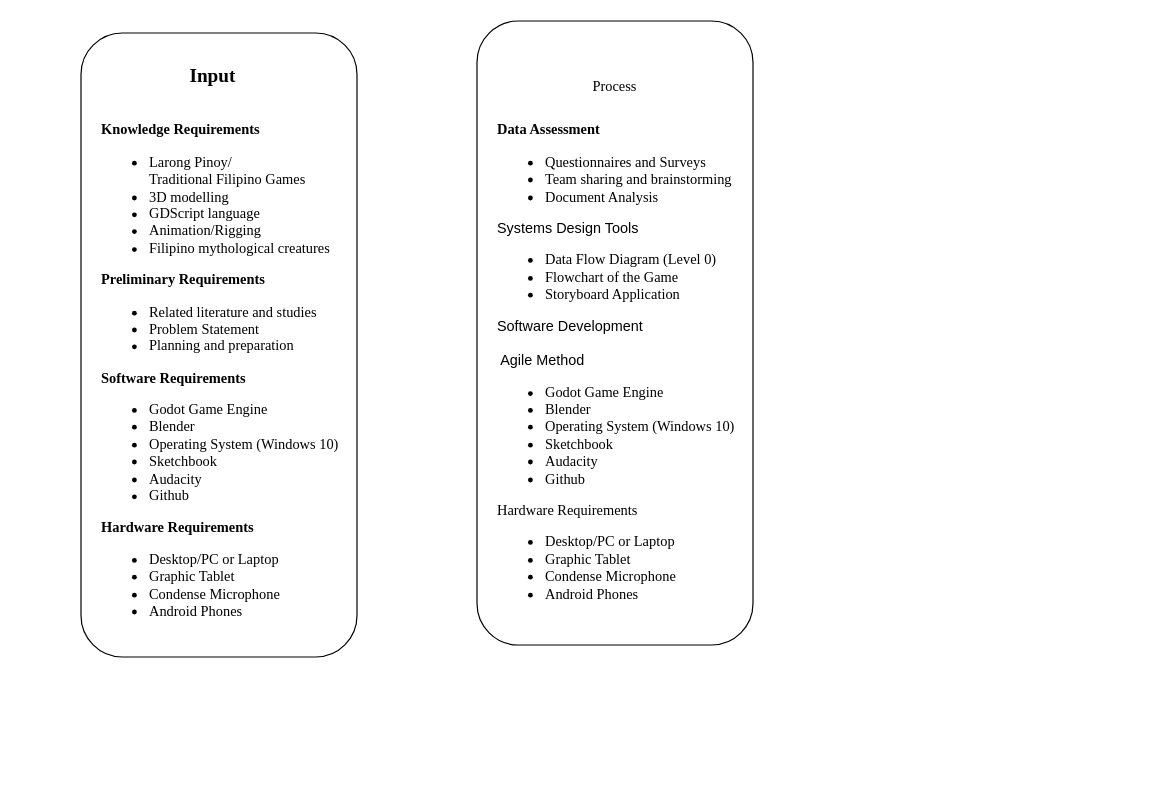
The draw.io diagram Untitled Diagram.drawio in malvedalim/JAVa, before the edit. Source tidied: cells renumbered, new cells numbered last; positions are measured from the earlier drawing's top-left corner, leaving out a move shared by most shapes. Both pictures are drawn from the tidied source at 120%, with x=0, y=0 at pixel (20, 20).
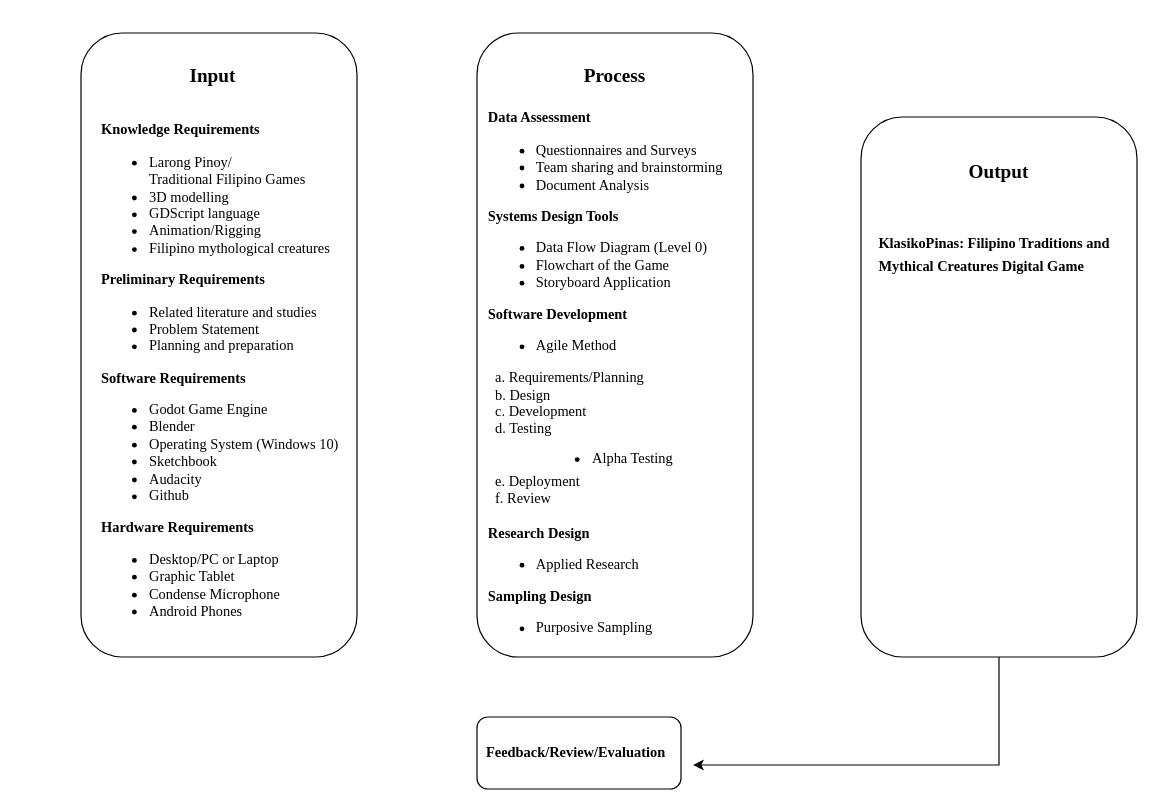
Above is the later version.

The edit, as a diff of the source:
```diff
@@
 <mxGraphModel>
   <root>
     <mxCell id="0" />
     <mxCell id="1" parent="0" />
     <mxCell id="2" style="rounded=1;whiteSpace=wrap;html=1;align=center;" parent="1" vertex="1">
       <mxGeometry x="50" y="10" width="230" height="520" as="geometry" />
     </mxCell>
     <mxCell id="3" value="&lt;div align=&quot;justify&quot;&gt;&lt;font face=&quot;Times New Roman&quot;&gt;&lt;br&gt;&lt;/font&gt;&lt;/div&gt;&lt;div align=&quot;justify&quot;&gt;&lt;div&gt;&lt;b&gt;&lt;font style=&quot;font-size: 12px&quot; face=&quot;Times New Roman&quot;&gt;Knowledge Requirements&lt;/font&gt;&lt;/b&gt;&lt;/div&gt;&lt;div&gt;&lt;ul&gt;&lt;li&gt;&lt;div&gt;&lt;font face=&quot;Times New Roman&quot;&gt;&lt;span&gt;Larong Pinoy/&lt;br&gt;&lt;/span&gt;&lt;/font&gt;&lt;/div&gt;&lt;font face=&quot;Times New Roman&quot;&gt;Traditional Filipino Games&lt;/font&gt;&lt;/li&gt;&lt;li&gt;&lt;font face=&quot;Times New Roman&quot;&gt;3D modelling&lt;/font&gt;&lt;/li&gt;&lt;li&gt;&lt;font face=&quot;Times New Roman&quot;&gt;GDScript language&lt;br&gt;&lt;/font&gt;&lt;/li&gt;&lt;li&gt;&lt;div&gt;&lt;font face=&quot;Times New Roman&quot;&gt;Animation/Rigging&lt;/font&gt;&lt;/div&gt;&lt;/li&gt;&lt;li&gt;&lt;font face=&quot;Times New Roman&quot;&gt;Filipino mythological creatures&lt;/font&gt;&lt;/li&gt;&lt;/ul&gt;&lt;div&gt;&lt;b&gt;&lt;font face=&quot;Times New Roman&quot;&gt;Preliminary Requirements&lt;/font&gt;&lt;/b&gt;&lt;/div&gt;&lt;div&gt;&lt;ul&gt;&lt;li&gt;&lt;font face=&quot;Times New Roman&quot;&gt;Related literature and studies&lt;br&gt;&lt;/font&gt;&lt;/li&gt;&lt;li&gt;&lt;font face=&quot;Times New Roman&quot;&gt;Problem Statement&lt;br&gt;&lt;/font&gt;&lt;/li&gt;&lt;li&gt;&lt;font face=&quot;Times New Roman&quot;&gt;Planning and preparation&lt;/font&gt;&lt;/li&gt;&lt;/ul&gt;&lt;div&gt;&lt;b&gt;&lt;font face=&quot;Times New Roman&quot;&gt;Software Requirements&lt;/font&gt;&lt;/b&gt;&lt;/div&gt;&lt;div&gt;&lt;ul&gt;&lt;li&gt;&lt;font face=&quot;Times New Roman&quot;&gt;Godot Game Engine&lt;/font&gt;&lt;/li&gt;&lt;li&gt;&lt;font face=&quot;Times New Roman&quot;&gt;Blender&lt;/font&gt;&lt;/li&gt;&lt;li&gt;&lt;font face=&quot;Times New Roman&quot;&gt;Operating System (Windows 10)&lt;/font&gt;&lt;/li&gt;&lt;li&gt;&lt;font face=&quot;Times New Roman&quot;&gt;Sketchbook&lt;/font&gt;&lt;/li&gt;&lt;li&gt;&lt;font face=&quot;Times New Roman&quot;&gt;Audacity&lt;/font&gt;&lt;/li&gt;&lt;li&gt;&lt;font face=&quot;Times New Roman&quot;&gt;Github&lt;/font&gt;&lt;/li&gt;&lt;/ul&gt;&lt;div&gt;&lt;b&gt;&lt;font face=&quot;Times New Roman&quot;&gt;Hardware Requirements&lt;/font&gt;&lt;/b&gt;&lt;/div&gt;&lt;div&gt;&lt;ul&gt;&lt;li&gt;&lt;font face=&quot;Times New Roman&quot;&gt;Desktop/PC or Laptop&lt;/font&gt;&lt;/li&gt;&lt;li&gt;&lt;font face=&quot;Times New Roman&quot;&gt;Graphic Tablet&lt;/font&gt;&lt;/li&gt;&lt;li&gt;&lt;font face=&quot;Times New Roman&quot;&gt;Condense Microphone&lt;/font&gt;&lt;/li&gt;&lt;li&gt;&lt;font face=&quot;Times New Roman&quot;&gt;Android Phones&lt;br&gt;&lt;/font&gt;&lt;/li&gt;&lt;/ul&gt;&lt;/div&gt;&lt;/div&gt;&lt;/div&gt;&lt;/div&gt;&lt;/div&gt;" style="text;html=1;strokeColor=none;fillColor=none;spacing=5;spacingTop=-20;whiteSpace=wrap;overflow=hidden;rounded=0;align=right;" parent="1" vertex="1">
       <mxGeometry y="80" width="270" height="490" as="geometry" />
     </mxCell>
     <mxCell id="4" value="&lt;font style=&quot;font-size: 16px&quot;&gt;&lt;b&gt;Input&lt;/b&gt;&lt;/font&gt;" style="text;html=1;strokeColor=none;fillColor=none;align=center;verticalAlign=middle;whiteSpace=wrap;rounded=0;fontFamily=Times New Roman;fontSize=12;" parent="1" vertex="1">
       <mxGeometry x="130" y="30" width="60" height="30" as="geometry" />
     </mxCell>
     <mxCell id="5" style="rounded=1;whiteSpace=wrap;html=1;align=center;" parent="1" vertex="1">
-      <mxGeometry x="380" width="230" height="520" as="geometry" />
+      <mxGeometry x="380" y="10" width="230" height="520" as="geometry" />
     </mxCell>
-    <mxCell id="6" value="Process" style="text;html=1;strokeColor=none;fillColor=none;align=center;verticalAlign=middle;whiteSpace=wrap;rounded=0;fontFamily=Times New Roman;fontSize=12;" parent="1" vertex="1">
-      <mxGeometry x="465" y="40" width="60" height="30" as="geometry" />
+    <mxCell id="6" value="&lt;font style=&quot;font-size: 16px&quot;&gt;&lt;b&gt;Process&lt;/b&gt;&lt;/font&gt;" style="text;html=1;strokeColor=none;fillColor=none;align=center;verticalAlign=middle;whiteSpace=wrap;rounded=0;fontFamily=Times New Roman;fontSize=12;" parent="1" vertex="1">
+      <mxGeometry x="465" y="30" width="60" height="30" as="geometry" />
     </mxCell>
-    <mxCell id="7" value="&lt;div align=&quot;justify&quot;&gt;&lt;font face=&quot;Times New Roman&quot;&gt;&lt;br&gt;&lt;/font&gt;&lt;/div&gt;&lt;div align=&quot;justify&quot;&gt;&lt;div&gt;&lt;font style=&quot;font-size: 12px&quot; face=&quot;Times New Roman&quot;&gt;&lt;b&gt;Data Assessment&lt;/b&gt;&lt;br&gt;&lt;/font&gt;&lt;/div&gt;&lt;div&gt;&lt;ul&gt;&lt;li&gt;&lt;font face=&quot;Times New Roman&quot;&gt;Questionnaires and Surveys&lt;/font&gt;&lt;/li&gt;&lt;li&gt;&lt;font face=&quot;Times New Roman&quot;&gt;Team sharing and brainstorming&lt;/font&gt;&lt;/li&gt;&lt;li&gt;&lt;font face=&quot;Times New Roman&quot;&gt;Document Analysis&lt;br&gt;&lt;/font&gt;&lt;/li&gt;&lt;/ul&gt;Systems Design Tools&lt;br&gt;&lt;div&gt;&lt;ul&gt;&lt;li&gt;&lt;font face=&quot;Times New Roman&quot;&gt;Data Flow Diagram (Level 0)&lt;br&gt;&lt;/font&gt;&lt;/li&gt;&lt;li&gt;&lt;font face=&quot;Times New Roman&quot;&gt;Flowchart of the Game&lt;br&gt;&lt;/font&gt;&lt;/li&gt;&lt;li&gt;&lt;font face=&quot;Times New Roman&quot;&gt;Storyboard Application&lt;br&gt;&lt;/font&gt;&lt;/li&gt;&lt;/ul&gt;&lt;div&gt;Software Development&lt;/div&gt;&lt;div&gt;&lt;br&gt;&lt;/div&gt;&lt;div&gt;&lt;span style=&quot;white-space: pre&quot;&gt; &lt;/span&gt;Agile Method&lt;br&gt;&lt;/div&gt;&lt;div&gt;&lt;ul&gt;&lt;li&gt;&lt;font face=&quot;Times New Roman&quot;&gt;Godot Game Engine&lt;/font&gt;&lt;/li&gt;&lt;li&gt;&lt;font face=&quot;Times New Roman&quot;&gt;Blender&lt;/font&gt;&lt;/li&gt;&lt;li&gt;&lt;font face=&quot;Times New Roman&quot;&gt;Operating System (Windows 10)&lt;/font&gt;&lt;/li&gt;&lt;li&gt;&lt;font face=&quot;Times New Roman&quot;&gt;Sketchbook&lt;/font&gt;&lt;/li&gt;&lt;li&gt;&lt;font face=&quot;Times New Roman&quot;&gt;Audacity&lt;/font&gt;&lt;/li&gt;&lt;li&gt;&lt;font face=&quot;Times New Roman&quot;&gt;Github&lt;/font&gt;&lt;/li&gt;&lt;/ul&gt;&lt;div&gt;&lt;font face=&quot;Times New Roman&quot;&gt;Hardware Requirements&lt;/font&gt;&lt;/div&gt;&lt;div&gt;&lt;ul&gt;&lt;li&gt;&lt;font face=&quot;Times New Roman&quot;&gt;Desktop/PC or Laptop&lt;/font&gt;&lt;/li&gt;&lt;li&gt;&lt;font face=&quot;Times New Roman&quot;&gt;Graphic Tablet&lt;/font&gt;&lt;/li&gt;&lt;li&gt;&lt;font face=&quot;Times New Roman&quot;&gt;Condense Microphone&lt;/font&gt;&lt;/li&gt;&lt;li&gt;&lt;font face=&quot;Times New Roman&quot;&gt;Android Phones&lt;br&gt;&lt;/font&gt;&lt;/li&gt;&lt;/ul&gt;&lt;/div&gt;&lt;/div&gt;&lt;/div&gt;&lt;/div&gt;&lt;/div&gt;" style="text;html=1;strokeColor=none;fillColor=none;spacing=5;spacingTop=-20;whiteSpace=wrap;overflow=hidden;rounded=0;align=right;" parent="1" vertex="1">
-      <mxGeometry x="330" y="80" width="270" height="490" as="geometry" />
+    <mxCell id="7" value="&lt;div align=&quot;justify&quot;&gt;&lt;font face=&quot;Times New Roman&quot;&gt;&lt;br&gt;&lt;/font&gt;&lt;/div&gt;&lt;div align=&quot;justify&quot;&gt;&lt;div&gt;&lt;font style=&quot;font-size: 12px&quot; face=&quot;Times New Roman&quot;&gt;&lt;b&gt;Data Assessment&lt;/b&gt;&lt;br&gt;&lt;/font&gt;&lt;/div&gt;&lt;div&gt;&lt;ul&gt;&lt;li&gt;&lt;font face=&quot;Times New Roman&quot;&gt;Questionnaires and Surveys&lt;/font&gt;&lt;/li&gt;&lt;li&gt;&lt;font face=&quot;Times New Roman&quot;&gt;Team sharing and brainstorming&lt;/font&gt;&lt;/li&gt;&lt;li&gt;&lt;font face=&quot;Times New Roman&quot;&gt;Document Analysis&lt;br&gt;&lt;/font&gt;&lt;/li&gt;&lt;/ul&gt;&lt;font face=&quot;Times New Roman&quot;&gt;&lt;b&gt;Systems Design Tools&lt;/b&gt;&lt;br&gt;&lt;/font&gt;&lt;div&gt;&lt;ul&gt;&lt;li&gt;&lt;font face=&quot;Times New Roman&quot;&gt;Data Flow Diagram (Level 0)&lt;br&gt;&lt;/font&gt;&lt;/li&gt;&lt;li&gt;&lt;font face=&quot;Times New Roman&quot;&gt;Flowchart of the Game&lt;br&gt;&lt;/font&gt;&lt;/li&gt;&lt;li&gt;&lt;font face=&quot;Times New Roman&quot;&gt;Storyboard Application&lt;br&gt;&lt;/font&gt;&lt;/li&gt;&lt;/ul&gt;&lt;div&gt;&lt;b&gt;&lt;font face=&quot;Times New Roman&quot;&gt;Software Development&lt;/font&gt;&lt;/b&gt;&lt;/div&gt;&lt;div&gt;&lt;ul&gt;&lt;li&gt;&lt;font face=&quot;Times New Roman&quot;&gt;Agile Method&lt;/font&gt;&lt;/li&gt;&lt;/ul&gt;&lt;/div&gt;&lt;div&gt;&lt;font face=&quot;Times New Roman&quot;&gt;&lt;span style=&quot;white-space: pre&quot;&gt; &lt;/span&gt;&lt;span style=&quot;white-space: pre&quot;&gt; &lt;/span&gt;a. Requirements/Planning&lt;br&gt;&lt;/font&gt;&lt;/div&gt;&lt;div&gt;&lt;font face=&quot;Times New Roman&quot;&gt;&lt;span style=&quot;white-space: pre&quot;&gt; &lt;/span&gt;&lt;span style=&quot;white-space: pre&quot;&gt; &lt;/span&gt;b. Design&lt;br&gt;&lt;span style=&quot;white-space: pre&quot;&gt; &lt;/span&gt;&lt;span style=&quot;white-space: pre&quot;&gt; &lt;/span&gt;c. Development&lt;br&gt;&lt;span style=&quot;white-space: pre&quot;&gt; &lt;/span&gt;&lt;span style=&quot;white-space: pre&quot;&gt; &lt;/span&gt;d. Testing&lt;/font&gt;&lt;/div&gt;&lt;div&gt;&lt;font face=&quot;Times New Roman&quot;&gt;&lt;br&gt;&lt;/font&gt;&lt;/div&gt;&lt;div&gt;&lt;font face=&quot;Times New Roman&quot;&gt;&lt;br&gt;&lt;span style=&quot;white-space: pre&quot;&gt; &lt;/span&gt;&lt;span style=&quot;white-space: pre&quot;&gt; &lt;/span&gt;e. Deployment&lt;br&gt;&lt;span style=&quot;white-space: pre&quot;&gt; &lt;/span&gt;&lt;span style=&quot;white-space: pre&quot;&gt; &lt;/span&gt;f. Review&lt;br&gt;&lt;/font&gt;&lt;/div&gt;&lt;div&gt;&lt;font face=&quot;Times New Roman&quot;&gt;&lt;br&gt;&lt;/font&gt;&lt;div&gt;&lt;b&gt;&lt;font face=&quot;Times New Roman&quot;&gt;Research Design&lt;/font&gt;&lt;/b&gt;&lt;/div&gt;&lt;div&gt;&lt;ul&gt;&lt;li&gt;&lt;font face=&quot;Times New Roman&quot;&gt;Applied Research&lt;br&gt;&lt;/font&gt;&lt;/li&gt;&lt;/ul&gt;&lt;/div&gt;&lt;div&gt;&lt;font face=&quot;Times New Roman&quot;&gt;&lt;b&gt;Sampling Design&lt;/b&gt;&lt;br&gt;&lt;/font&gt;&lt;/div&gt;&lt;div&gt;&lt;ul&gt;&lt;li&gt;&lt;font face=&quot;Times New Roman&quot;&gt;Purposive Sampling&lt;br&gt;&lt;/font&gt;&lt;/li&gt;&lt;/ul&gt;&lt;/div&gt;&lt;/div&gt;&lt;/div&gt;&lt;/div&gt;&lt;/div&gt;" style="text;html=1;strokeColor=none;fillColor=none;spacing=5;spacingTop=-20;whiteSpace=wrap;overflow=hidden;rounded=0;align=right;" parent="1" vertex="1">
+      <mxGeometry x="320" y="70" width="270" height="490" as="geometry" />
     </mxCell>
+    <mxCell id="8" value="&lt;ul&gt;&lt;li&gt;Alpha Testing&lt;br&gt;&lt;/li&gt;&lt;/ul&gt;" style="text;html=1;strokeColor=none;fillColor=none;align=center;verticalAlign=middle;whiteSpace=wrap;rounded=0;fontFamily=Times New Roman;fontSize=12;" parent="1" vertex="1">
+      <mxGeometry x="430" y="350" width="120" height="30" as="geometry" />
+    </mxCell>
+    <mxCell id="9" style="rounded=1;whiteSpace=wrap;html=1;align=center;" parent="1" vertex="1">
+      <mxGeometry x="700" y="80" width="230" height="450" as="geometry" />
+    </mxCell>
+    <mxCell id="10" value="&lt;b&gt;&lt;font style=&quot;font-size: 12px&quot; face=&quot;Times New Roman&quot;&gt;KlasikoPinas: Filipino Traditions and Mythical Creatures Digital Game&lt;/font&gt;&lt;/b&gt;" style="text;html=1;strokeColor=none;fillColor=none;spacing=5;spacingTop=-20;whiteSpace=wrap;overflow=hidden;rounded=0;fontFamily=Times New Roman;fontSize=16;align=left;" parent="1" vertex="1">
+      <mxGeometry x="710" y="185" width="210" height="280" as="geometry" />
+    </mxCell>
+    <mxCell id="11" value="&lt;b&gt;&lt;font style=&quot;font-size: 16px&quot;&gt;Output&lt;/font&gt;&lt;/b&gt;" style="text;html=1;strokeColor=none;fillColor=none;align=center;verticalAlign=middle;whiteSpace=wrap;rounded=0;fontFamily=Times New Roman;fontSize=12;" parent="1" vertex="1">
+      <mxGeometry x="785" y="110" width="60" height="30" as="geometry" />
+    </mxCell>
+    <mxCell id="12" value="&amp;nbsp; &lt;b&gt;Feedback/Review/Evaluation&lt;/b&gt;" style="rounded=1;whiteSpace=wrap;html=1;fontFamily=Times New Roman;fontSize=12;align=left;" parent="1" vertex="1">
+      <mxGeometry x="380" y="580" width="170" height="60" as="geometry" />
+    </mxCell>
+    <mxCell id="13" style="endArrow=classic;html=1;rounded=0;fontFamily=Times New Roman;fontSize=12;exitX=0.5;exitY=1;exitDx=0;exitDy=0;" parent="1" edge="1" source="9">
+      <mxGeometry relative="1" as="geometry">
+        <mxPoint x="560" y="620" as="targetPoint" />
+        <Array as="points">
+          <mxPoint x="815" y="620" />
+        </Array>
+      </mxGeometry>
+    </mxCell>
   </root>
 </mxGraphModel>
```
